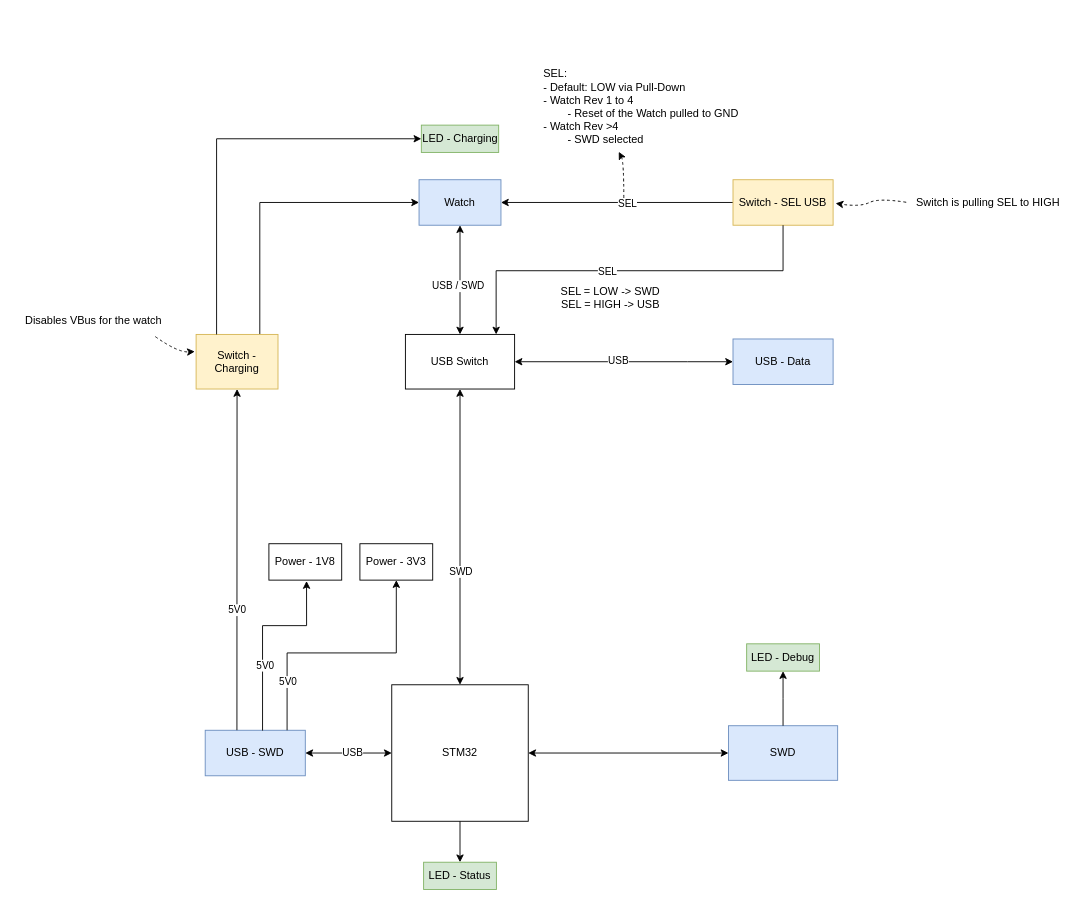
This is docs/Architecture.drawio from jakkra/ZSWatch-Dock, a draw.io file, before an edit. Source tidied: cells renumbered, new cells numbered last; positions are measured from the earlier drawing's top-left corner, leaving out a move shared by most shapes. Both pictures are drawn from the tidied source at 91%, with x=0, y=0 at pixel (15, 61).
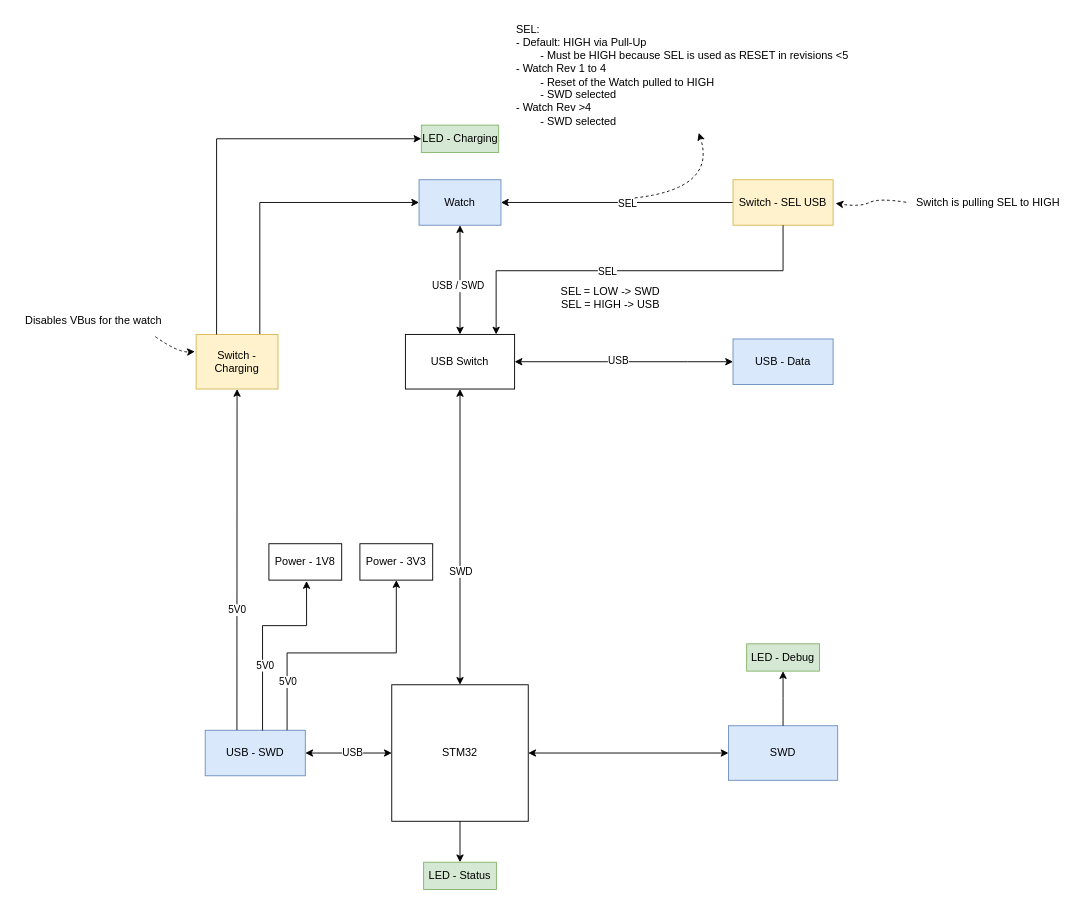
Above is the later version.

Commit message:
Fix wrong logic for SEL pin to align it with watch revisions 1 to 4

What changed in the source:
```diff
@@
-    <mxCell id="30" value="SEL:&lt;br&gt;- Default: LOW via Pull-Down&lt;br&gt;- Watch Rev 1 to 4&lt;br&gt;&lt;span style=&quot;white-space: pre;&quot;&gt;&#9;&lt;/span&gt;- Reset of the Watch pulled to GND&lt;br&gt;- Watch Rev &amp;gt;4&lt;br&gt;&lt;span style=&quot;white-space: pre;&quot;&gt;&#9;&lt;/span&gt;- SWD selected" style="text;html=1;align=left;verticalAlign=middle;points=[];strokeColor=none;fillColor=none;" parent="1" vertex="1">
-      <mxGeometry x="578" width="240" height="100" as="geometry" />
+    <mxCell id="30" value="SEL:&lt;br&gt;- Default: HIGH via Pull-Up&lt;br&gt;&lt;span style=&quot;white-space: pre;&quot;&gt;&#9;&lt;/span&gt;- Must be HIGH because SEL is used as RESET in revisions &amp;lt;5&lt;br&gt;- Watch Rev 1 to 4&lt;br&gt;&lt;span style=&quot;white-space: pre;&quot;&gt;&#9;&lt;/span&gt;- Reset of the Watch pulled to HIGH&lt;br&gt;&lt;span style=&quot;white-space: pre;&quot;&gt;&#9;&lt;/span&gt;- SWD selected&lt;br&gt;- Watch Rev &amp;gt;4&lt;br&gt;&lt;span style=&quot;white-space: pre;&quot;&gt;&#9;&lt;/span&gt;- SWD selected" style="text;html=1;align=left;verticalAlign=middle;points=[];strokeColor=none;fillColor=none;" parent="1" vertex="1">
+      <mxGeometry x="548" y="-50" width="390" height="130" as="geometry" />
     </mxCell>
@@
-    <mxCell id="35" style="curved=1;endArrow=classic;html=1;rounded=0;dashed=1;entryX=0.352;entryY=0.993;entryDx=0;entryDy=0;entryPerimeter=0;" parent="1" edge="1" target="30">
+    <mxCell id="35" style="curved=1;endArrow=classic;html=1;rounded=0;dashed=1;entryX=0.519;entryY=0.988;entryDx=0;entryDy=0;entryPerimeter=0;" parent="1" edge="1" target="30">
       <mxGeometry relative="1" as="geometry">
-        <mxPoint x="668" y="150" as="sourcePoint" />
+        <mxPoint x="680" y="150" as="sourcePoint" />
         <Array as="points">
-          <mxPoint x="668" y="110" />
+          <mxPoint x="770" y="140" />
         </Array>
       </mxGeometry>
     </mxCell>
```
